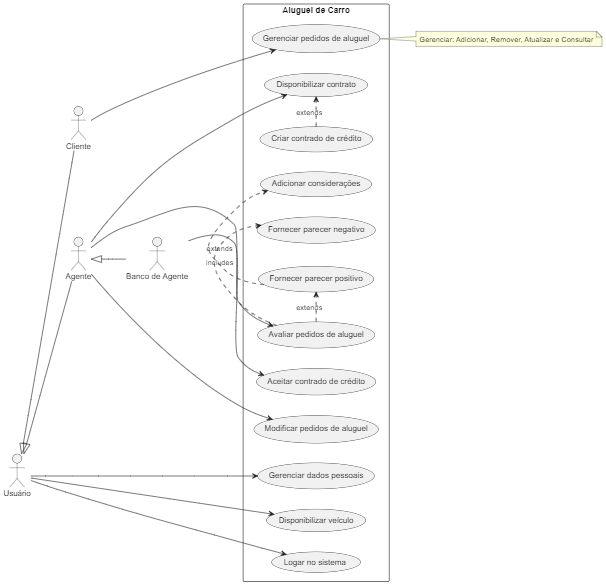
Earlier version of the PlantUML export projeto 2/project/useCaseDiagram.png (migueltico2/laboratorio-de-desenvolvimento-de-software). Its source is kept beside it as projeto 2/project/useCaseDiagram.plantuml.
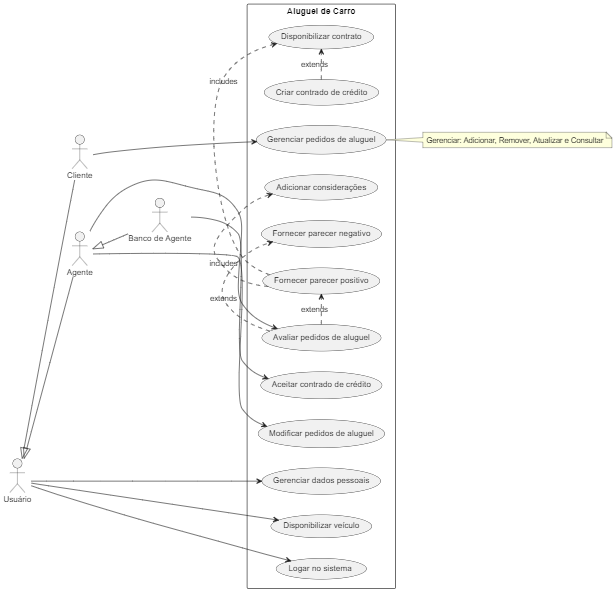
After the change.

The edit, as a diff of the source:
```diff
@@ -29,6 +29,7 @@
 UC6 .> UC3 : extends
 UC2 .> UC9 : extends
 UC9 .> UC10 : includes
+UC9 .> UC3 : includes
 UC2 .> UC11 : extends
 
 User --> UC4
@@ -37,7 +38,6 @@
 C --> UC1
 A --> UC2
 A --> UC12
-A --> UC3
 AB --> UC7
 
 note right of UC1
```
